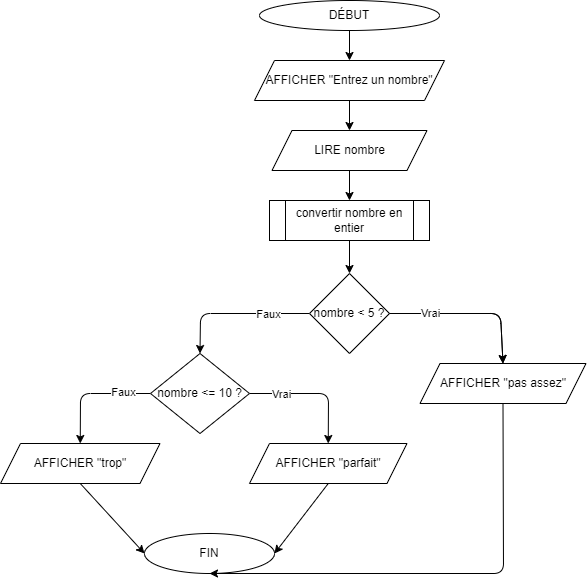
Above: content/semaine5/quiz/ordino4/ordino4.png in 420SN1RE/A24 (draw.io), before the change. Source tidied: cells renumbered, new cells last; positions are measured from the earlier drawing's top-left corner, leaving out a move shared by most shapes.
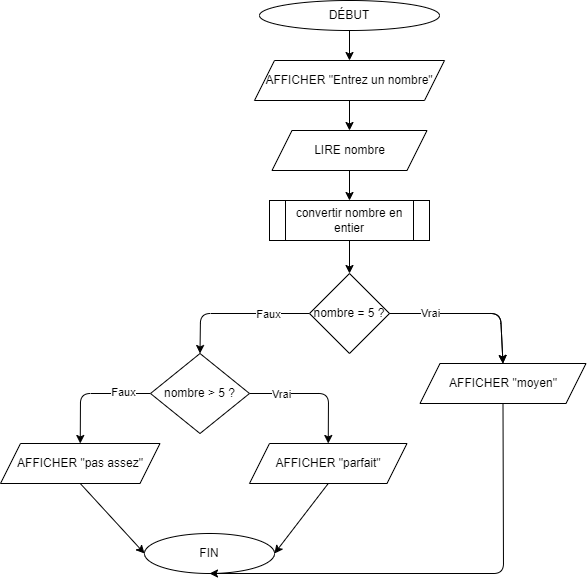
Later version of the same file.

The edit, as a diff of the source:
```diff
@@ -20,7 +20,7 @@
     <mxCell id="7" style="edgeStyle=none;html=1;exitX=0.5;exitY=1;exitDx=0;exitDy=0;entryX=0;entryY=0.5;entryDx=0;entryDy=0;" parent="1" edge="1" source="8" target="2">
       <mxGeometry relative="1" as="geometry" />
     </mxCell>
-    <mxCell id="8" value="AFFICHER &quot;trop&quot;" style="shape=parallelogram;perimeter=parallelogramPerimeter;whiteSpace=wrap;html=1;fixedSize=1;" parent="1" vertex="1">
+    <mxCell id="8" value="AFFICHER &quot;pas assez&quot;" style="shape=parallelogram;perimeter=parallelogramPerimeter;whiteSpace=wrap;html=1;fixedSize=1;" parent="1" vertex="1">
       <mxGeometry y="443" width="159.5" height="40" as="geometry" />
     </mxCell>
     <mxCell id="9" style="edgeStyle=none;html=1;exitX=0.5;exitY=1;exitDx=0;exitDy=0;entryX=0.5;entryY=1;entryDx=0;entryDy=0;" parent="1" edge="1" source="11" target="2">
@@ -33,7 +33,7 @@
     <mxCell id="10" value="AFFICHER &quot;parfait&quot;" style="shape=parallelogram;perimeter=parallelogramPerimeter;whiteSpace=wrap;html=1;fixedSize=1;" parent="1" vertex="1">
       <mxGeometry x="249" y="443" width="157.5" height="40" as="geometry" />
     </mxCell>
-    <mxCell id="11" value="AFFICHER &quot;pas assez&quot;" style="shape=parallelogram;perimeter=parallelogramPerimeter;whiteSpace=wrap;html=1;fixedSize=1;" parent="1" vertex="1">
+    <mxCell id="11" value="AFFICHER &quot;moyen&quot;" style="shape=parallelogram;perimeter=parallelogramPerimeter;whiteSpace=wrap;html=1;fixedSize=1;" parent="1" vertex="1">
       <mxGeometry x="419.5" y="363" width="166" height="40" as="geometry" />
     </mxCell>
     <mxCell id="12" style="edgeStyle=none;html=1;exitX=0.5;exitY=1;exitDx=0;exitDy=0;entryX=1;entryY=0.5;entryDx=0;entryDy=0;" parent="1" edge="1" source="10" target="2">
@@ -58,7 +58,7 @@
         </Array>
       </mxGeometry>
     </mxCell>
-    <mxCell id="16" value="nombre &amp;lt; 5 ?" style="rhombus;whiteSpace=wrap;html=1;" parent="1" vertex="1">
+    <mxCell id="16" value="nombre = 5 ?" style="rhombus;whiteSpace=wrap;html=1;" parent="1" vertex="1">
       <mxGeometry x="309" y="273" width="80" height="80" as="geometry" />
     </mxCell>
     <mxCell id="17" style="edgeStyle=none;html=1;exitX=1;exitY=0.5;exitDx=0;exitDy=0;entryX=0.5;entryY=0;entryDx=0;entryDy=0;" parent="1" edge="1" source="21" target="10">
@@ -83,7 +83,7 @@
     <mxCell id="20" value="Faux" style="edgeLabel;html=1;align=center;verticalAlign=middle;" parent="19" vertex="1">
       <mxGeometry x="-0.54" y="-2" relative="1" as="geometry" />
     </mxCell>
-    <mxCell id="21" value="nombre &amp;lt;= 10 ?" style="rhombus;whiteSpace=wrap;html=1;" parent="1" vertex="1">
+    <mxCell id="21" value="nombre &amp;gt; 5 ?" style="rhombus;whiteSpace=wrap;html=1;" parent="1" vertex="1">
       <mxGeometry x="150" y="353" width="99" height="80" as="geometry" />
     </mxCell>
     <mxCell id="22" style="edgeStyle=none;html=1;exitX=0.5;exitY=1;exitDx=0;exitDy=0;entryX=0.5;entryY=0;entryDx=0;entryDy=0;" parent="1" edge="1" source="26" target="24">
```
